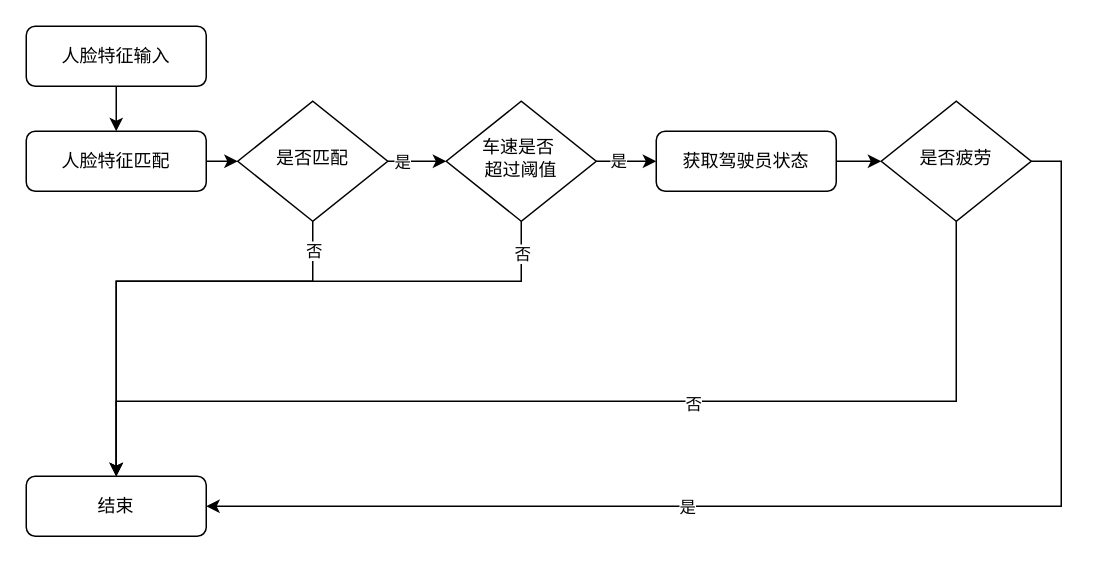
Above: page "长时间疲劳驾驶检测" (4 of 4) of 疲劳驾驶预警系统算法流程图.drawio in Flhawker/Flow (draw.io), before the change. Source tidied: cells renumbered, new cells numbered last; positions are measured from the earlier drawing's top-left corner, leaving out a move shared by most shapes. Both pictures are drawn from the tidied source at 150%, with x=0, y=0 at pixel (26, 26).
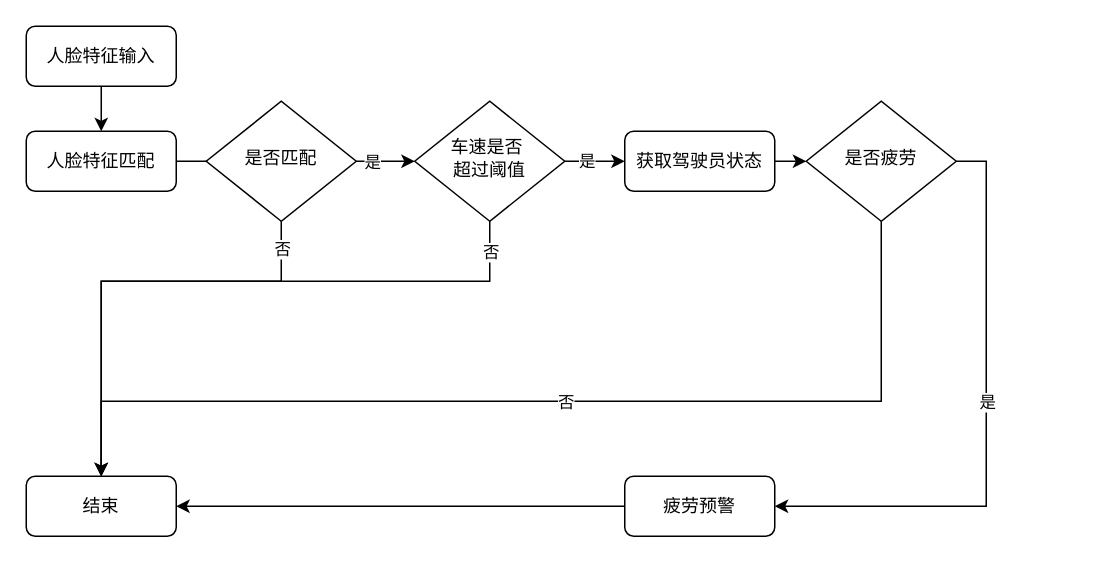
The same diagram, later.

What changed in the source:
```diff
@@
     <mxCell id="3" value="人脸特征匹配" style="rounded=1;whiteSpace=wrap;html=1;fontSize=12;glass=0;strokeWidth=1;shadow=0;verticalAlign=middle;horizontal=1;" parent="1" vertex="1">
-      <mxGeometry y="70" width="120" height="40" as="geometry" />
+      <mxGeometry y="70" width="100" height="40" as="geometry" />
     </mxCell>
@@
     <mxCell id="5" value="人脸特征输入" style="rounded=1;whiteSpace=wrap;html=1;fontSize=12;glass=0;strokeWidth=1;shadow=0;" parent="1" vertex="1">
-      <mxGeometry width="120" height="40" as="geometry" />
+      <mxGeometry width="100" height="40" as="geometry" />
     </mxCell>
     <mxCell id="6" value="结束" style="rounded=1;whiteSpace=wrap;html=1;fontSize=12;glass=0;strokeWidth=1;shadow=0;" parent="1" vertex="1">
-      <mxGeometry y="300" width="120" height="40" as="geometry" />
+      <mxGeometry y="300" width="100" height="40" as="geometry" />
     </mxCell>
@@
     <mxCell id="9" style="edgeStyle=orthogonalEdgeStyle;rounded=0;jettySize=auto;html=1;entryX=1;entryY=0.5;entryDx=0;entryDy=0;" parent="1" edge="1" target="22">
       <mxGeometry relative="1" as="geometry">
-        <mxPoint x="241" y="90" as="sourcePoint" />
+        <mxPoint x="220" y="90" as="sourcePoint" />
       </mxGeometry>
     </mxCell>
     <mxCell id="10" value="是" style="edgeLabel;html=1;align=center;verticalAlign=middle;" parent="9" vertex="1">
       <mxGeometry x="-0.72" relative="1" as="geometry">
-        <mxPoint x="4" as="offset" />
+        <mxPoint x="5" as="offset" />
       </mxGeometry>
     </mxCell>
-    <mxCell id="11" style="edgeStyle=orthogonalEdgeStyle;rounded=0;jettySize=auto;html=1;exitX=0.5;exitY=0;exitDx=0;exitDy=0;entryX=0.5;entryY=0;entryDx=0;entryDy=0;" parent="1" edge="1" target="6">
+    <mxCell id="11" style="edgeStyle=orthogonalEdgeStyle;rounded=0;jettySize=auto;html=1;exitX=0.5;exitY=0;exitDx=0;exitDy=0;entryX=0.5;entryY=0;entryDx=0;entryDy=0;" parent="1" edge="1" source="20" target="6">
       <mxGeometry relative="1" as="geometry">
-        <mxPoint x="191" y="130" as="sourcePoint" />
         <Array as="points">
-          <mxPoint x="191" y="170" />
-          <mxPoint x="60" y="170" />
+          <mxPoint x="170" y="170" />
+          <mxPoint x="50" y="170" />
         </Array>
       </mxGeometry>
     </mxCell>
@@
     <mxCell id="13" style="edgeStyle=orthogonalEdgeStyle;rounded=0;jettySize=auto;html=1;exitX=0.5;exitY=0;exitDx=0;exitDy=0;entryX=0.5;entryY=0;entryDx=0;entryDy=0;" parent="1" edge="1" source="22" target="6">
       <mxGeometry relative="1" as="geometry">
         <Array as="points">
-          <mxPoint x="330" y="170" />
-          <mxPoint x="60" y="170" />
+          <mxPoint x="309" y="170" />
+          <mxPoint x="50" y="170" />
         </Array>
       </mxGeometry>
     </mxCell>
@@
-    <mxCell id="15" style="edgeStyle=orthogonalEdgeStyle;rounded=0;jettySize=auto;html=1;exitX=0;exitY=0.5;exitDx=0;exitDy=0;entryX=1;entryY=0.5;entryDx=0;entryDy=0;" parent="1" edge="1" target="23">
-      <mxGeometry relative="1" as="geometry">
-        <mxPoint x="531" y="90" as="sourcePoint" />
-      </mxGeometry>
+    <mxCell id="15" style="edgeStyle=orthogonalEdgeStyle;rounded=0;jettySize=auto;html=1;exitX=1;exitY=0.5;exitDx=0;exitDy=0;entryX=1;entryY=0.5;entryDx=0;entryDy=0;" parent="1" edge="1" source="21" target="23">
+      <mxGeometry relative="1" as="geometry" />
     </mxCell>
-    <mxCell id="16" style="edgeStyle=orthogonalEdgeStyle;rounded=0;jettySize=auto;html=1;entryX=0.5;entryY=0;entryDx=0;entryDy=0;" parent="1" edge="1" source="23" target="6">
+    <mxCell id="16" style="edgeStyle=orthogonalEdgeStyle;rounded=0;jettySize=auto;html=1;entryX=0.5;entryY=0;entryDx=0;entryDy=0;exitX=0.5;exitY=0;exitDx=0;exitDy=0;" parent="1" edge="1" source="23" target="6">
       <mxGeometry relative="1" as="geometry">
         <Array as="points">
-          <mxPoint x="620" y="250" />
-          <mxPoint x="60" y="250" />
+          <mxPoint x="570" y="250" />
+          <mxPoint x="50" y="250" />
         </Array>
       </mxGeometry>
     </mxCell>
     <mxCell id="17" value="否" style="edgeLabel;html=1;align=center;verticalAlign=middle;" parent="16" vertex="1">
-      <mxGeometry x="-0.19" y="1" relative="1" as="geometry" />
+      <mxGeometry x="-0.19" y="1" relative="1" as="geometry">
+        <mxPoint x="-52" y="-1" as="offset" />
+      </mxGeometry>
     </mxCell>
-    <mxCell id="18" style="edgeStyle=orthogonalEdgeStyle;rounded=0;jettySize=auto;html=1;entryX=1;entryY=0.5;entryDx=0;entryDy=0;exitX=0;exitY=0.5;exitDx=0;exitDy=0;" parent="1" edge="1" source="23" target="6">
+    <mxCell id="18" style="edgeStyle=orthogonalEdgeStyle;rounded=0;jettySize=auto;html=1;entryX=1;entryY=0.5;entryDx=0;entryDy=0;exitX=0;exitY=0.5;exitDx=0;exitDy=0;" parent="1" edge="1" source="23" target="25">
       <mxGeometry relative="1" as="geometry" />
     </mxCell>
     <mxCell id="19" value="是" style="edgeLabel;html=1;align=center;verticalAlign=middle;" parent="18" vertex="1">
       <mxGeometry x="-0.15" y="1" relative="1" as="geometry">
-        <mxPoint x="-151" y="-1" as="offset" />
+        <mxPoint x="-1" y="14" as="offset" />
       </mxGeometry>
     </mxCell>
     <mxCell id="20" value="是否匹配" style="rhombus;whiteSpace=wrap;html=1;shadow=0;fontFamily=Helvetica;fontSize=12;align=center;strokeWidth=1;spacing=6;spacingTop=-4;direction=west;" parent="1" vertex="1">
-      <mxGeometry x="141" y="50" width="100" height="80" as="geometry" />
+      <mxGeometry x="120" y="50" width="100" height="80" as="geometry" />
     </mxCell>
     <mxCell id="21" value="获取驾驶员状态" style="rounded=1;whiteSpace=wrap;html=1;fontSize=12;glass=0;strokeWidth=1;shadow=0;verticalAlign=middle;horizontal=1;" parent="1" vertex="1">
-      <mxGeometry x="420" y="70" width="120" height="40" as="geometry" />
+      <mxGeometry x="399" y="70" width="100" height="40" as="geometry" />
     </mxCell>
     <mxCell id="22" value="&amp;nbsp; &amp;nbsp; 车速是否 &amp;nbsp; &amp;nbsp;&amp;nbsp; 超过阈值" style="rhombus;whiteSpace=wrap;html=1;shadow=0;fontFamily=Helvetica;fontSize=12;align=center;strokeWidth=1;spacing=6;spacingTop=-4;direction=west;" parent="1" vertex="1">
-      <mxGeometry x="280" y="50" width="100" height="80" as="geometry" />
+      <mxGeometry x="259" y="50" width="100" height="80" as="geometry" />
     </mxCell>
     <mxCell id="23" value="是否疲劳" style="rhombus;whiteSpace=wrap;html=1;shadow=0;fontFamily=Helvetica;fontSize=12;align=center;strokeWidth=1;spacing=6;spacingTop=-4;direction=west;" parent="1" vertex="1">
-      <mxGeometry x="570" y="50" width="100" height="80" as="geometry" />
+      <mxGeometry x="520" y="50" width="100" height="80" as="geometry" />
     </mxCell>
+    <mxCell id="24" style="edgeStyle=orthogonalEdgeStyle;rounded=0;jettySize=auto;html=1;exitX=0;exitY=0.5;exitDx=0;exitDy=0;entryX=1;entryY=0.5;entryDx=0;entryDy=0;" parent="1" edge="1" source="25" target="6">
+      <mxGeometry relative="1" as="geometry" />
+    </mxCell>
+    <mxCell id="25" value="疲劳预警" style="rounded=1;whiteSpace=wrap;html=1;fontSize=12;glass=0;strokeWidth=1;shadow=0;verticalAlign=middle;horizontal=1;" parent="1" vertex="1">
+      <mxGeometry x="399" y="300" width="100" height="40" as="geometry" />
+    </mxCell>
```
